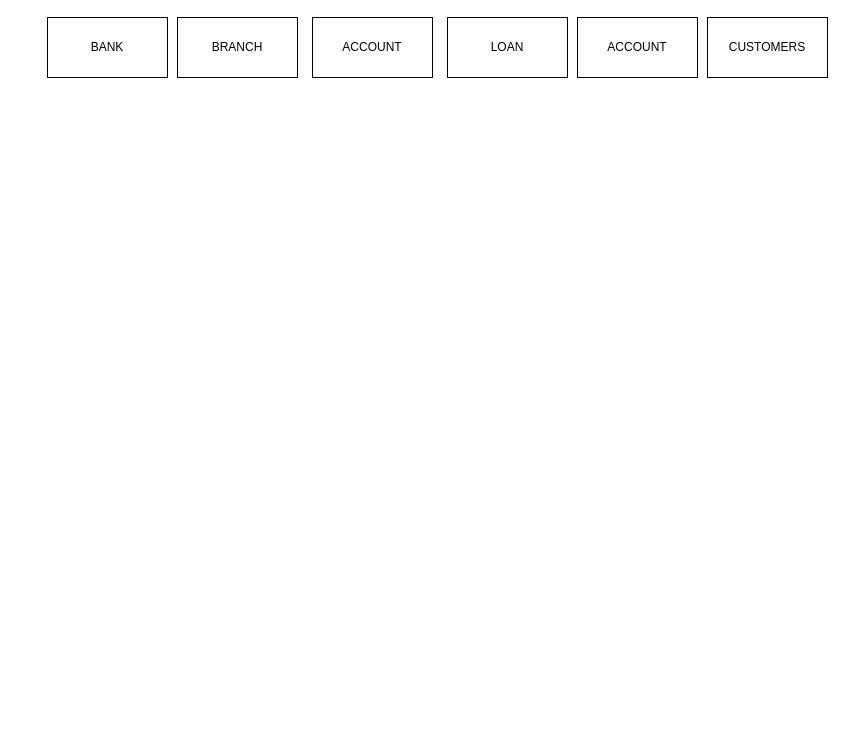
The draw.io diagram Untitled Diagram.drawio in Anurag404OpenSourceRules/Bank-Management-System-ERD, before the edit. Source tidied: cells renumbered, new cells numbered last; positions are measured from the earlier drawing's top-left corner, leaving out a move shared by most shapes. Both pictures are drawn from the tidied source at 100%, with x=0, y=0 at pixel (47, 17).
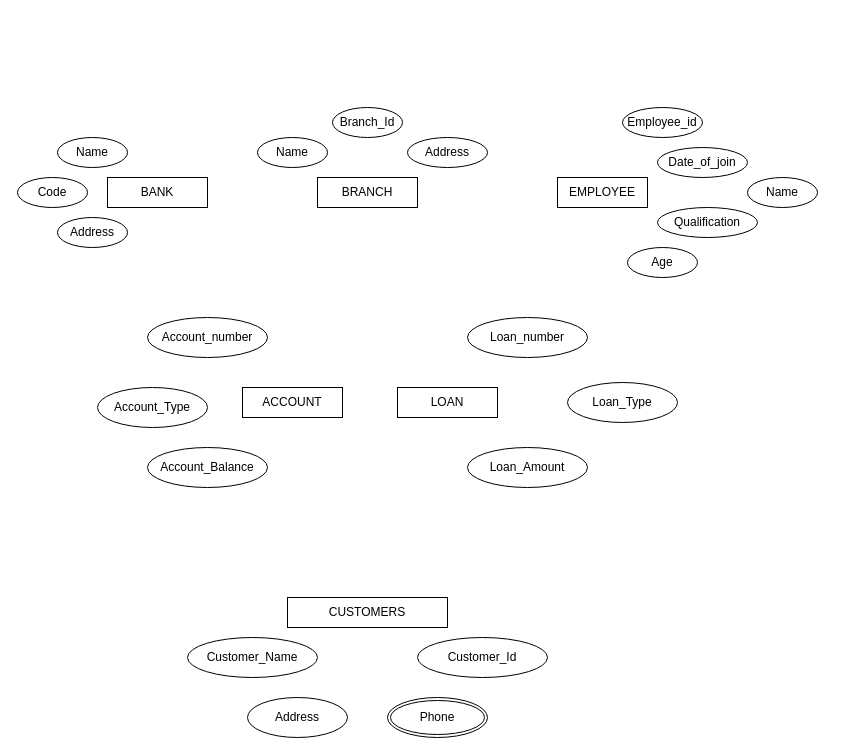
The same page after the edit.

Commit message:
All the attributes identified

What changed in the source:
```diff
@@
     <mxCell id="2" value="BRANCH" style="rounded=0;whiteSpace=wrap;html=1;" parent="1" vertex="1">
-      <mxGeometry x="130" width="120" height="60" as="geometry" />
+      <mxGeometry x="270" y="160" width="100" height="30" as="geometry" />
     </mxCell>
     <mxCell id="3" value="ACCOUNT" style="rounded=0;whiteSpace=wrap;html=1;" parent="1" vertex="1">
-      <mxGeometry x="265" width="120" height="60" as="geometry" />
+      <mxGeometry x="195" y="370" width="100" height="30" as="geometry" />
     </mxCell>
     <mxCell id="4" value="LOAN" style="rounded=0;whiteSpace=wrap;html=1;" parent="1" vertex="1">
-      <mxGeometry x="400" width="120" height="60" as="geometry" />
+      <mxGeometry x="350" y="370" width="100" height="30" as="geometry" />
     </mxCell>
-    <mxCell id="5" value="ACCOUNT" style="rounded=0;whiteSpace=wrap;html=1;" parent="1" vertex="1">
-      <mxGeometry x="530" width="120" height="60" as="geometry" />
-    </mxCell>
     <mxCell id="6" value="CUSTOMERS" style="rounded=0;whiteSpace=wrap;html=1;" parent="1" vertex="1">
-      <mxGeometry x="660" width="120" height="60" as="geometry" />
+      <mxGeometry x="240" y="580" width="160" height="30" as="geometry" />
     </mxCell>
     <mxCell id="7" value="BANK" style="rounded=0;whiteSpace=wrap;html=1;" parent="1" vertex="1">
-      <mxGeometry width="120" height="60" as="geometry" />
+      <mxGeometry x="60" y="160" width="100" height="30" as="geometry" />
     </mxCell>
+    <mxCell id="8" value="Name" style="ellipse;whiteSpace=wrap;html=1;" parent="1" vertex="1">
+      <mxGeometry x="10" y="120" width="70" height="30" as="geometry" />
+    </mxCell>
+    <mxCell id="9" value="Code" style="ellipse;whiteSpace=wrap;html=1;" parent="1" vertex="1">
+      <mxGeometry x="-30" y="160" width="70" height="30" as="geometry" />
+    </mxCell>
+    <mxCell id="10" value="Address" style="ellipse;whiteSpace=wrap;html=1;" parent="1" vertex="1">
+      <mxGeometry x="10" y="200" width="70" height="30" as="geometry" />
+    </mxCell>
+    <mxCell id="11" value="Name" style="ellipse;whiteSpace=wrap;html=1;" parent="1" vertex="1">
+      <mxGeometry x="210" y="120" width="70" height="30" as="geometry" />
+    </mxCell>
+    <mxCell id="12" value="Branch_Id" style="ellipse;whiteSpace=wrap;html=1;" parent="1" vertex="1">
+      <mxGeometry x="285" y="90" width="70" height="30" as="geometry" />
+    </mxCell>
+    <mxCell id="13" value="Address" style="ellipse;whiteSpace=wrap;html=1;" parent="1" vertex="1">
+      <mxGeometry x="360" y="120" width="80" height="30" as="geometry" />
+    </mxCell>
+    <mxCell id="14" value="EMPLOYEE" style="rounded=0;whiteSpace=wrap;html=1;" parent="1" vertex="1">
+      <mxGeometry x="510" y="160" width="90" height="30" as="geometry" />
+    </mxCell>
+    <mxCell id="15" value="Employee_id" style="ellipse;whiteSpace=wrap;html=1;" parent="1" vertex="1">
+      <mxGeometry x="575" y="90" width="80" height="30" as="geometry" />
+    </mxCell>
+    <mxCell id="16" value="Name" style="ellipse;whiteSpace=wrap;html=1;" parent="1" vertex="1">
+      <mxGeometry x="700" y="160" width="70" height="30" as="geometry" />
+    </mxCell>
+    <mxCell id="17" value="Age" style="ellipse;whiteSpace=wrap;html=1;" parent="1" vertex="1">
+      <mxGeometry x="580" y="230" width="70" height="30" as="geometry" />
+    </mxCell>
+    <mxCell id="18" value="Date_of_join" style="ellipse;whiteSpace=wrap;html=1;" parent="1" vertex="1">
+      <mxGeometry x="610" y="130" width="90" height="30" as="geometry" />
+    </mxCell>
+    <mxCell id="19" value="Qualification" style="ellipse;whiteSpace=wrap;html=1;" parent="1" vertex="1">
+      <mxGeometry x="610" y="190" width="100" height="30" as="geometry" />
+    </mxCell>
+    <mxCell id="20" value="Account_Balance" style="ellipse;whiteSpace=wrap;html=1;" parent="1" vertex="1">
+      <mxGeometry x="100" y="430" width="120" height="40" as="geometry" />
+    </mxCell>
+    <mxCell id="21" value="Account_Type" style="ellipse;whiteSpace=wrap;html=1;" parent="1" vertex="1">
+      <mxGeometry x="50" y="370" width="110" height="40" as="geometry" />
+    </mxCell>
+    <mxCell id="22" value="Account_number" style="ellipse;whiteSpace=wrap;html=1;" parent="1" vertex="1">
+      <mxGeometry x="100" y="300" width="120" height="40" as="geometry" />
+    </mxCell>
+    <mxCell id="23" value="Loan_number" style="ellipse;whiteSpace=wrap;html=1;" parent="1" vertex="1">
+      <mxGeometry x="420" y="300" width="120" height="40" as="geometry" />
+    </mxCell>
+    <mxCell id="24" value="Loan_Amount" style="ellipse;whiteSpace=wrap;html=1;" parent="1" vertex="1">
+      <mxGeometry x="420" y="430" width="120" height="40" as="geometry" />
+    </mxCell>
+    <mxCell id="25" value="Loan_Type" style="ellipse;whiteSpace=wrap;html=1;" parent="1" vertex="1">
+      <mxGeometry x="520" y="365" width="110" height="40" as="geometry" />
+    </mxCell>
+    <mxCell id="26" value="Customer_Name" style="ellipse;whiteSpace=wrap;html=1;" parent="1" vertex="1">
+      <mxGeometry x="140" y="620" width="130" height="40" as="geometry" />
+    </mxCell>
+    <mxCell id="27" value="Address" style="ellipse;whiteSpace=wrap;html=1;" parent="1" vertex="1">
+      <mxGeometry x="200" y="680" width="100" height="40" as="geometry" />
+    </mxCell>
+    <mxCell id="28" value="Customer_Id" style="ellipse;whiteSpace=wrap;html=1;" parent="1" vertex="1">
+      <mxGeometry x="370" y="620" width="130" height="40" as="geometry" />
+    </mxCell>
+    <mxCell id="29" value="Phone" style="ellipse;shape=doubleEllipse;margin=3;whiteSpace=wrap;html=1;align=center;" parent="1" vertex="1">
+      <mxGeometry x="340" y="680" width="100" height="40" as="geometry" />
+    </mxCell>
```
